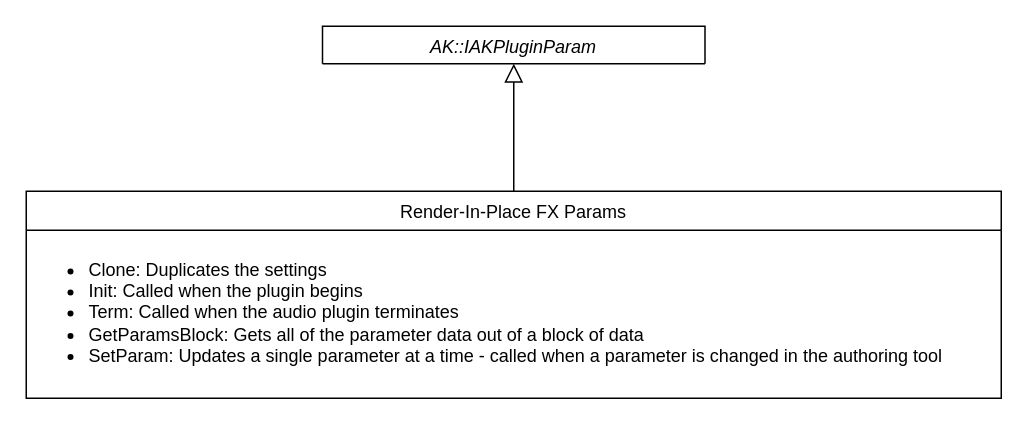
Earlier version of the draw.io diagram AKPluginParam.drawio (Saber033/Comp-Sci-IA). Source tidied: cells renumbered, new cells numbered last; positions are measured from the earlier drawing's top-left corner, leaving out a move shared by most shapes. Both pictures are drawn from the tidied source at 150%, with x=0, y=0 at pixel (26, 26).
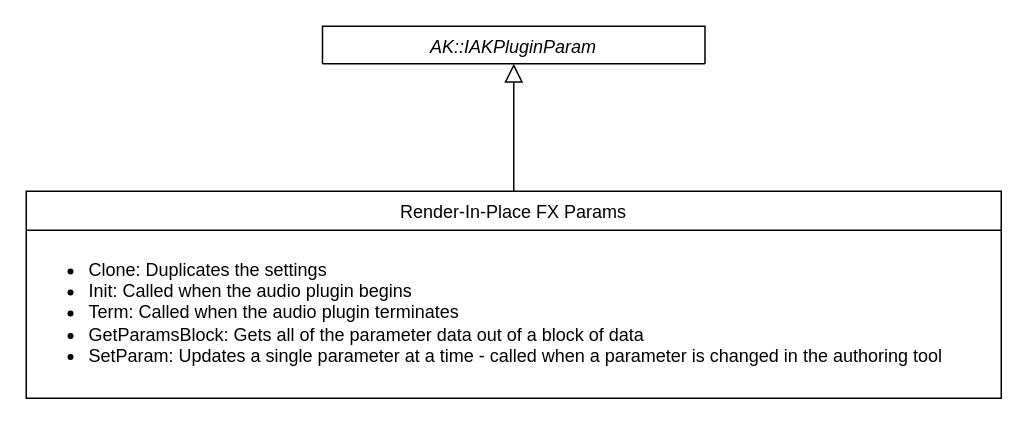
The same diagram, later.

Change to the diagram source:
```diff
@@
 <mxGraphModel>
   <root>
     <mxCell id="0" />
     <mxCell id="1" parent="0" />
     <mxCell id="2" value="AK::IAKPluginParam" style="swimlane;fontStyle=2;align=center;verticalAlign=top;horizontal=1;startSize=26;rounded=0;shadow=0;strokeWidth=1;" parent="1" vertex="1">
       <mxGeometry x="197.5" width="255" height="25" as="geometry" />
     </mxCell>
     <mxCell id="3" value="Render-In-Place FX Params" style="swimlane;fontStyle=0;align=center;verticalAlign=top;horizontal=1;startSize=26;rounded=0;shadow=0;strokeWidth=1;" parent="1" vertex="1">
       <mxGeometry y="110" width="650" height="138" as="geometry" />
     </mxCell>
-    <mxCell id="4" value="&lt;ul&gt;&lt;li&gt;Clone: Duplicates the settings&lt;/li&gt;&lt;li&gt;Init: Called when the plugin begins&lt;/li&gt;&lt;li&gt;Term: Called when the audio plugin terminates&lt;/li&gt;&lt;li&gt;GetParamsBlock: Gets all of the parameter data out of a block of data&lt;/li&gt;&lt;li&gt;SetParam: Updates a single parameter at a time - called when a parameter is changed in the authoring tool&amp;nbsp;&lt;/li&gt;&lt;/ul&gt;" style="text;html=1;align=left;verticalAlign=middle;strokeColor=none;fillColor=none;" parent="3" vertex="1">
+    <mxCell id="4" value="&lt;ul&gt;&lt;li&gt;Clone: Duplicates the settings&lt;/li&gt;&lt;li&gt;Init: Called when the audio plugin begins&lt;/li&gt;&lt;li&gt;Term: Called when the audio plugin terminates&lt;/li&gt;&lt;li&gt;GetParamsBlock: Gets all of the parameter data out of a block of data&lt;/li&gt;&lt;li&gt;SetParam: Updates a single parameter at a time - called when a parameter is changed in the authoring tool&amp;nbsp;&lt;/li&gt;&lt;/ul&gt;" style="text;html=1;align=left;verticalAlign=middle;strokeColor=none;fillColor=none;" parent="3" vertex="1">
       <mxGeometry y="26" width="650" height="110" as="geometry" />
     </mxCell>
     <mxCell id="5" style="endArrow=block;endSize=10;endFill=0;shadow=0;strokeWidth=1;rounded=0;elbow=vertical;" parent="1" edge="1" source="3" target="2">
       <mxGeometry relative="1" as="geometry" />
     </mxCell>
   </root>
 </mxGraphModel>
```
